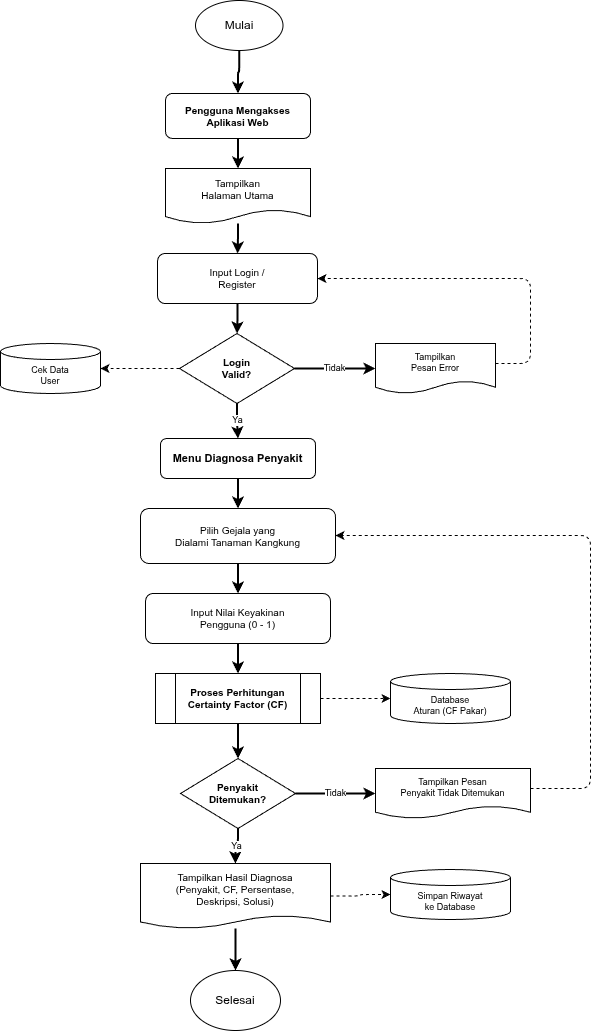
Earlier version of the draw.io export diagram/flowchart/06-flowchart-sistem-baru.png (RajaSunrise/kangkungku). Source tidied: cells renumbered, new cells last; positions are measured from the earlier drawing's top-left corner, leaving out a move shared by most shapes.
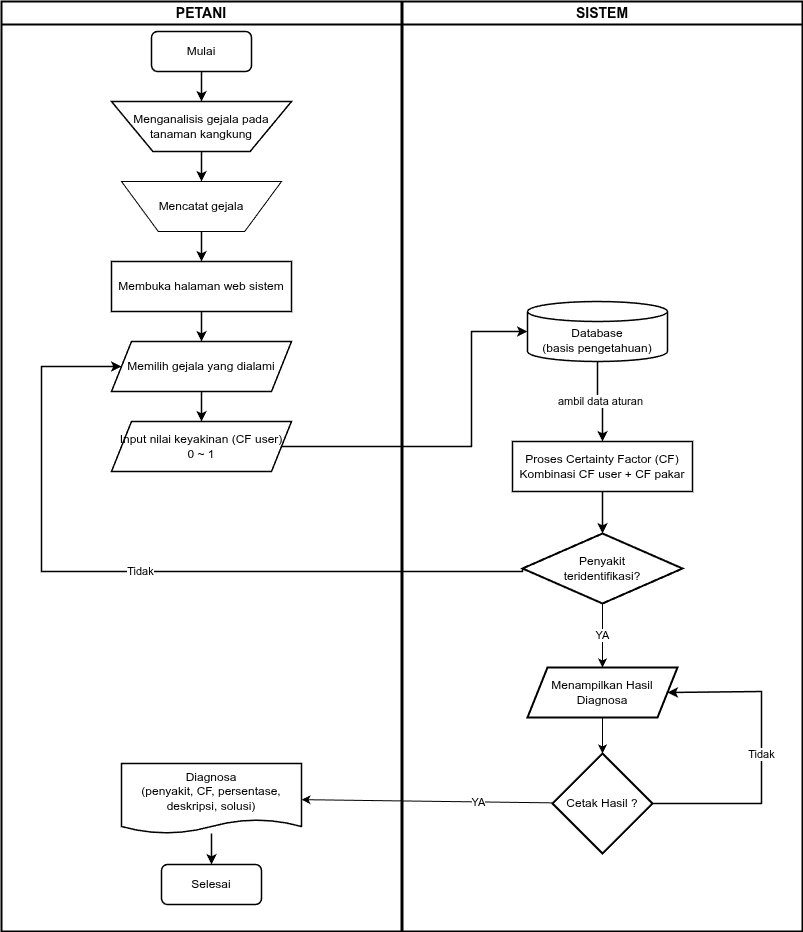
The same file after the commit.

Change to the diagram source:
```diff
@@ -2,120 +2,113 @@
   <root>
     <mxCell id="0" />
     <mxCell id="1" parent="0" />
-    <mxCell id="2" value="Pengguna Mengakses&#10;Aplikasi Web" style="rounded=1;whiteSpace=wrap;html=1;fillColor=#FFFFFF;fontColor=#000000;fontSize=10;fontStyle=1;strokeColor=#000000;" parent="1" vertex="1">
-      <mxGeometry x="165" y="93" width="145" height="45" as="geometry" />
-    </mxCell>
-    <mxCell id="3" value="Tampilkan&#10;Halaman Utama" style="shape=document;whiteSpace=wrap;html=1;boundedLbl=1;backgroundOutline=1;fillColor=#FFFFFF;fontColor=#000000;fontSize=10;strokeColor=#000000;size=0.25;" parent="1" vertex="1">
-      <mxGeometry x="165" y="168" width="145" height="55" as="geometry" />
-    </mxCell>
-    <mxCell id="4" value="Input Login /&#10;Register" style="rounded=1;whiteSpace=wrap;html=1;fixedSize=1;fillColor=#FFFFFF;fontSize=10;strokeColor=#000000;size=20;fontColor=#000000;" parent="1" vertex="1">
-      <mxGeometry x="157" y="253" width="160" height="50" as="geometry" />
-    </mxCell>
-    <mxCell id="5" value="Login&#10;Valid?" style="rhombus;whiteSpace=wrap;html=1;fillColor=#FFFFFF;strokeColor=#000000;fontSize=10;fontStyle=1;fontColor=#000000;" parent="1" vertex="1">
-      <mxGeometry x="179" y="333" width="115" height="70" as="geometry" />
-    </mxCell>
-    <mxCell id="6" value="Tampilkan&#10;Pesan Error" style="shape=document;whiteSpace=wrap;html=1;boundedLbl=1;backgroundOutline=1;fillColor=#FFFFFF;fontColor=#000000;fontSize=9;strokeColor=#000000;size=0.25;" parent="1" vertex="1">
-      <mxGeometry x="375" y="343" width="120" height="50" as="geometry" />
-    </mxCell>
-    <mxCell id="7" value="Cek Data&#10;User" style="shape=cylinder3;whiteSpace=wrap;html=1;boundedLbl=1;backgroundOutline=1;fillColor=#FFFFFF;fontColor=#000000;fontSize=9;size=8;strokeColor=#000000;" parent="1" vertex="1">
-      <mxGeometry y="343" width="100" height="50" as="geometry" />
-    </mxCell>
-    <mxCell id="8" value="Menu Diagnosa Penyakit" style="rounded=1;whiteSpace=wrap;html=1;fillColor=#FFFFFF;fontColor=#000000;fontSize=11;fontStyle=1;strokeColor=#000000;" parent="1" vertex="1">
-      <mxGeometry x="160" y="438" width="155" height="40" as="geometry" />
-    </mxCell>
-    <mxCell id="9" value="Pilih Gejala yang&#10;Dialami Tanaman Kangkung" style="rounded=1;whiteSpace=wrap;html=1;fixedSize=1;fillColor=#FFFFFF;fontSize=10;strokeColor=#000000;size=20;fontColor=#000000;" parent="1" vertex="1">
-      <mxGeometry x="140" y="508" width="195" height="55" as="geometry" />
-    </mxCell>
-    <mxCell id="10" value="Input Nilai Keyakinan&#10;Pengguna (0 - 1)" style="rounded=1;whiteSpace=wrap;html=1;fixedSize=1;fillColor=#FFFFFF;fontSize=10;strokeColor=#000000;size=20;fontColor=#000000;" parent="1" vertex="1">
-      <mxGeometry x="145" y="593" width="185" height="50" as="geometry" />
-    </mxCell>
-    <mxCell id="11" value="Proses Perhitungan&#10;Certainty Factor (CF)" style="shape=process;whiteSpace=wrap;html=1;backgroundOutline=1;fillColor=#FFFFFF;fontColor=#000000;fontSize=10;fontStyle=1;size=0.12;strokeColor=#000000;" parent="1" vertex="1">
-      <mxGeometry x="155" y="673" width="165" height="50" as="geometry" />
-    </mxCell>
-    <mxCell id="12" value="Database&#10;Aturan (CF Pakar)" style="shape=cylinder3;whiteSpace=wrap;html=1;boundedLbl=1;backgroundOutline=1;fillColor=#FFFFFF;fontColor=#000000;fontSize=9;size=8;strokeColor=#000000;" parent="1" vertex="1">
-      <mxGeometry x="390" y="673" width="120" height="50" as="geometry" />
-    </mxCell>
-    <mxCell id="13" value="Penyakit&#10;Ditemukan?" style="rhombus;whiteSpace=wrap;html=1;fillColor=#FFFFFF;strokeColor=#000000;fontSize=10;fontStyle=1;fontColor=#000000;" parent="1" vertex="1">
-      <mxGeometry x="180" y="758" width="115" height="70" as="geometry" />
-    </mxCell>
-    <mxCell id="14" value="Tampilkan Pesan&#10;Penyakit Tidak Ditemukan" style="shape=document;whiteSpace=wrap;html=1;boundedLbl=1;backgroundOutline=1;fillColor=#FFFFFF;fontColor=#000000;fontSize=9;strokeColor=#000000;size=0.25;" parent="1" vertex="1">
-      <mxGeometry x="375" y="768" width="155" height="50" as="geometry" />
-    </mxCell>
-    <mxCell id="15" value="Tampilkan Hasil Diagnosa&#10;(Penyakit, CF, Persentase,&#10;Deskripsi, Solusi)" style="shape=document;whiteSpace=wrap;html=1;boundedLbl=1;backgroundOutline=1;fillColor=#FFFFFF;fontColor=#000000;fontSize=10;strokeColor=#000000;size=0.2;" parent="1" vertex="1">
-      <mxGeometry x="140" y="863" width="190" height="65" as="geometry" />
-    </mxCell>
-    <mxCell id="16" value="Simpan Riwayat&#10;ke Database" style="shape=cylinder3;whiteSpace=wrap;html=1;boundedLbl=1;backgroundOutline=1;fillColor=#FFFFFF;fontColor=#000000;fontSize=9;size=8;strokeColor=#000000;" parent="1" vertex="1">
-      <mxGeometry x="390" y="869" width="120" height="50" as="geometry" />
-    </mxCell>
-    <mxCell id="17" style="edgeStyle=orthogonalEdgeStyle;rounded=1;html=1;strokeColor=#000000;strokeWidth=2;exitX=0.5;exitY=1;exitDx=0;exitDy=0;" parent="1" edge="1" source="35" target="2">
-      <mxGeometry relative="1" as="geometry" />
-    </mxCell>
-    <mxCell id="18" style="edgeStyle=orthogonalEdgeStyle;rounded=1;html=1;strokeColor=#000000;strokeWidth=2;" parent="1" edge="1" source="2" target="3">
-      <mxGeometry relative="1" as="geometry" />
-    </mxCell>
-    <mxCell id="19" style="edgeStyle=orthogonalEdgeStyle;rounded=1;html=1;strokeColor=#000000;strokeWidth=2;" parent="1" edge="1" source="3" target="4">
-      <mxGeometry relative="1" as="geometry" />
-    </mxCell>
-    <mxCell id="20" style="edgeStyle=orthogonalEdgeStyle;rounded=1;html=1;strokeColor=#000000;strokeWidth=2;" parent="1" edge="1" source="4" target="5">
-      <mxGeometry relative="1" as="geometry" />
-    </mxCell>
-    <mxCell id="21" value="Tidak" style="edgeStyle=orthogonalEdgeStyle;rounded=1;html=1;strokeColor=#000000;strokeWidth=2;fontColor=#000000;fontSize=9;" parent="1" edge="1" source="5" target="6">
-      <mxGeometry relative="1" as="geometry" />
-    </mxCell>
-    <mxCell id="22" style="edgeStyle=orthogonalEdgeStyle;rounded=1;html=1;strokeColor=#000000;strokeWidth=1;dashed=1;" parent="1" edge="1" source="6" target="4">
-      <mxGeometry relative="1" as="geometry">
-        <Array as="points">
-          <mxPoint x="530" y="363" />
-          <mxPoint x="530" y="278" />
-        </Array>
-      </mxGeometry>
-    </mxCell>
-    <mxCell id="23" style="edgeStyle=orthogonalEdgeStyle;rounded=1;html=1;strokeColor=#000000;strokeWidth=1;dashed=1;" parent="1" edge="1" source="5" target="7">
-      <mxGeometry relative="1" as="geometry" />
-    </mxCell>
-    <mxCell id="24" value="Ya" style="edgeStyle=orthogonalEdgeStyle;rounded=1;html=1;strokeColor=#000000;strokeWidth=2;fontColor=#000000;fontSize=9;" parent="1" edge="1" source="5" target="8">
-      <mxGeometry relative="1" as="geometry" />
-    </mxCell>
-    <mxCell id="25" style="edgeStyle=orthogonalEdgeStyle;rounded=1;html=1;strokeColor=#000000;strokeWidth=2;" parent="1" edge="1" source="8" target="9">
-      <mxGeometry relative="1" as="geometry" />
-    </mxCell>
-    <mxCell id="26" style="edgeStyle=orthogonalEdgeStyle;rounded=1;html=1;strokeColor=#000000;strokeWidth=2;" parent="1" edge="1" source="9" target="10">
-      <mxGeometry relative="1" as="geometry" />
-    </mxCell>
-    <mxCell id="27" style="edgeStyle=orthogonalEdgeStyle;rounded=1;html=1;strokeColor=#000000;strokeWidth=2;" parent="1" edge="1" source="10" target="11">
-      <mxGeometry relative="1" as="geometry" />
-    </mxCell>
-    <mxCell id="28" style="edgeStyle=orthogonalEdgeStyle;rounded=1;html=1;strokeColor=#000000;strokeWidth=1;dashed=1;" parent="1" edge="1" source="11" target="12">
-      <mxGeometry relative="1" as="geometry" />
-    </mxCell>
-    <mxCell id="29" style="edgeStyle=orthogonalEdgeStyle;rounded=1;html=1;strokeColor=#000000;strokeWidth=2;" parent="1" edge="1" source="11" target="13">
-      <mxGeometry relative="1" as="geometry" />
-    </mxCell>
-    <mxCell id="30" value="Tidak" style="edgeStyle=orthogonalEdgeStyle;rounded=1;html=1;strokeColor=#000000;strokeWidth=2;fontColor=#000000;fontSize=9;" parent="1" edge="1" source="13" target="14">
-      <mxGeometry relative="1" as="geometry" />
-    </mxCell>
-    <mxCell id="31" style="edgeStyle=orthogonalEdgeStyle;rounded=1;html=1;strokeColor=#000000;strokeWidth=1;dashed=1;" parent="1" edge="1" source="14" target="9">
-      <mxGeometry relative="1" as="geometry">
-        <Array as="points">
-          <mxPoint x="590" y="788" />
-          <mxPoint x="590" y="535" />
-        </Array>
-      </mxGeometry>
-    </mxCell>
-    <mxCell id="32" value="Ya" style="edgeStyle=orthogonalEdgeStyle;rounded=1;html=1;strokeColor=#000000;strokeWidth=2;fontColor=#000000;fontSize=9;" parent="1" edge="1" source="13" target="15">
-      <mxGeometry relative="1" as="geometry" />
-    </mxCell>
-    <mxCell id="33" style="edgeStyle=orthogonalEdgeStyle;rounded=1;html=1;strokeColor=#000000;strokeWidth=1;dashed=1;" parent="1" edge="1" source="15" target="16">
-      <mxGeometry relative="1" as="geometry" />
-    </mxCell>
-    <mxCell id="34" style="edgeStyle=orthogonalEdgeStyle;rounded=1;html=1;strokeColor=#000000;strokeWidth=2;entryX=0.5;entryY=0;entryDx=0;entryDy=0;" parent="1" edge="1" source="15" target="36">
-      <mxGeometry relative="1" as="geometry" />
-    </mxCell>
+    <mxCell id="37" value="PETANI" style="swimlane;whiteSpace=wrap;html=1;fillColor=none;strokeColor=#000000;strokeWidth=2;fontStyle=1;fontSize=14;fontColor=#000000;align=center;" parent="1" vertex="1">
+      <mxGeometry x="-100" y="-460" width="400" height="930" as="geometry" />
+    </mxCell>
-    <mxCell id="35" value="Mulai" style="ellipse;whiteSpace=wrap;html=1;fontColor=#000000;labelBackgroundColor=#FFFFFF;fillColor=#FFFFFF;strokeColor=#000000;" parent="1" vertex="1">
-      <mxGeometry x="195" width="87.5" height="50" as="geometry" />
+    <mxCell id="35" value="Mulai" style="rounded=1;whiteSpace=wrap;html=1;fillColor=#FFFFFF;strokeColor=#000000;strokeWidth=1.5;fontColor=#000000;fontSize=12;" parent="37" vertex="1">
+      <mxGeometry x="150" y="30" width="100" height="40" as="geometry" />
     </mxCell>
+    <mxCell id="38" value="Menganalisis gejala pada&#10;tanaman kangkung" style="shape=trapezoid;perimeter=trapezoidPerimeter;whiteSpace=wrap;html=1;size=0.23;arcSize=10;flipV=1;fillColor=#FFFFFF;strokeColor=#000000;strokeWidth=1.5;fontColor=#000000;fontSize=12;" parent="37" vertex="1">
+      <mxGeometry x="110" y="100" width="180" height="50" as="geometry" />
+    </mxCell>
+    <mxCell id="39" value="Membuka halaman web sistem" style="rounded=0;whiteSpace=wrap;html=1;fillColor=#FFFFFF;strokeColor=#000000;strokeWidth=1.5;fontColor=#000000;fontSize=12;" parent="37" vertex="1">
+      <mxGeometry x="110" y="260" width="180" height="50" as="geometry" />
+    </mxCell>
+    <mxCell id="40" value="Memilih gejala yang dialami" style="shape=parallelogram;perimeter=parallelogramPerimeter;whiteSpace=wrap;html=1;fixedSize=1;fillColor=#FFFFFF;strokeColor=#000000;strokeWidth=1.5;fontColor=#000000;fontSize=12;" parent="37" vertex="1">
+      <mxGeometry x="110" y="340" width="180" height="50" as="geometry" />
+    </mxCell>
+    <mxCell id="41" value="Input nilai keyakinan (CF user)&#10;0 ~ 1" style="shape=parallelogram;perimeter=parallelogramPerimeter;whiteSpace=wrap;html=1;fixedSize=1;fillColor=#FFFFFF;strokeColor=#000000;strokeWidth=1.5;fontColor=#000000;fontSize=12;" parent="37" vertex="1">
+      <mxGeometry x="110" y="420" width="180" height="50" as="geometry" />
+    </mxCell>
+    <mxCell id="42" value="Diagnosa&lt;br&gt;(penyakit, CF, persentase,&lt;br&gt;deskripsi, solusi)" style="shape=document;whiteSpace=wrap;html=1;boundedLbl=1;backgroundOutline=1;fillColor=#FFFFFF;strokeColor=#000000;strokeWidth=1.5;fontColor=#000000;fontSize=12;size=0.2;" parent="37" vertex="1">
+      <mxGeometry x="120" y="762" width="180" height="70" as="geometry" />
+    </mxCell>
-    <mxCell id="36" value="Selesai" style="ellipse;whiteSpace=wrap;html=1;labelBackgroundColor=#FFFFFF;strokeColor=#000000;fontColor=#000000;fillColor=#FFFFFF;" parent="1" vertex="1">
-      <mxGeometry x="190" y="970" width="90" height="60" as="geometry" />
+    <mxCell id="36" value="Selesai" style="rounded=1;whiteSpace=wrap;html=1;fillColor=#FFFFFF;strokeColor=#000000;strokeWidth=1.5;fontColor=#000000;fontSize=12;" parent="37" vertex="1">
+      <mxGeometry x="160" y="863" width="100" height="40" as="geometry" />
     </mxCell>
+    <mxCell id="43" value="Mencatat gejala" style="verticalLabelPosition=middle;verticalAlign=middle;html=1;shape=trapezoid;perimeter=trapezoidPerimeter;whiteSpace=wrap;size=0.23;arcSize=10;flipV=1;labelPosition=center;align=center;" parent="37" vertex="1">
+      <mxGeometry x="120" y="180" width="160" height="50" as="geometry" />
+    </mxCell>
+    <mxCell id="44" style="edgeStyle=orthogonalEdgeStyle;rounded=0;jettySize=auto;html=1;strokeColor=#000000;strokeWidth=1.5;fontColor=#000000;fontSize=11;entryX=0.5;entryY=0;entryDx=0;entryDy=0;" parent="37" edge="1" source="38" target="43">
+      <mxGeometry relative="1" as="geometry" />
+    </mxCell>
+    <mxCell id="45" value="SISTEM" style="swimlane;whiteSpace=wrap;html=1;fillColor=none;strokeColor=#000000;strokeWidth=2;fontStyle=1;fontSize=14;fontColor=#000000;align=center;" parent="1" vertex="1">
+      <mxGeometry x="301" y="-460" width="400" height="930" as="geometry" />
+    </mxCell>
+    <mxCell id="46" value="Database&#10;(basis pengetahuan)" style="shape=cylinder3;whiteSpace=wrap;html=1;boundedLbl=1;backgroundOutline=1;fillColor=#FFFFFF;strokeColor=#000000;strokeWidth=1.5;fontColor=#000000;fontSize=12;size=10;" parent="45" vertex="1">
+      <mxGeometry x="125" y="300" width="140" height="60" as="geometry" />
+    </mxCell>
+    <mxCell id="47" value="Proses Certainty Factor (CF)&#10;Kombinasi CF user + CF pakar" style="rounded=0;whiteSpace=wrap;html=1;fillColor=#FFFFFF;strokeColor=#000000;strokeWidth=1.5;fontColor=#000000;fontSize=12;" parent="45" vertex="1">
+      <mxGeometry x="110" y="440" width="180" height="50" as="geometry" />
+    </mxCell>
+    <mxCell id="48" value="YA" style="edgeStyle=none;html=1;exitX=0.5;exitY=1;exitDx=0;exitDy=0;exitPerimeter=0;" parent="45" edge="1" source="49" target="51">
+      <mxGeometry relative="1" as="geometry" />
+    </mxCell>
+    <mxCell id="49" value="Penyakit&#10;teridentifikasi?" style="strokeWidth=2;html=1;shape=mxgraph.flowchart.decision;whiteSpace=wrap;fillColor=#FFFFFF;strokeColor=#000000;fontColor=#000000;fontSize=12;" parent="45" vertex="1">
+      <mxGeometry x="120" y="532" width="160" height="70" as="geometry" />
+    </mxCell>
+    <mxCell id="50" style="edgeStyle=none;html=1;exitX=0.5;exitY=1;exitDx=0;exitDy=0;" parent="45" edge="1" source="51" target="52">
+      <mxGeometry relative="1" as="geometry" />
+    </mxCell>
+    <mxCell id="51" value="Menampilkan Hasil Diagnosa" style="shape=parallelogram;perimeter=parallelogramPerimeter;whiteSpace=wrap;html=1;fixedSize=1;strokeWidth=2;" parent="45" vertex="1">
+      <mxGeometry x="125" y="666" width="150" height="50" as="geometry" />
+    </mxCell>
+    <mxCell id="52" value="Cetak Hasil ?" style="strokeWidth=2;html=1;shape=mxgraph.flowchart.decision;whiteSpace=wrap;" parent="45" vertex="1">
+      <mxGeometry x="150" y="752" width="100" height="100" as="geometry" />
+    </mxCell>
+    <mxCell id="53" value="Tidak" style="edgeStyle=orthogonalEdgeStyle;rounded=0;jettySize=auto;html=1;strokeColor=#000000;strokeWidth=1.5;fontColor=#000000;fontSize=11;exitX=1;exitY=0.5;exitDx=0;exitDy=0;exitPerimeter=0;entryX=1;entryY=0.5;entryDx=0;entryDy=0;" parent="45" edge="1" source="52" target="51">
+      <mxGeometry relative="1" as="geometry">
+        <Array as="points">
+          <mxPoint x="359" y="802" />
+          <mxPoint x="359" y="690" />
+        </Array>
+      </mxGeometry>
+    </mxCell>
+    <mxCell id="54" value="ambil data aturan" style="edgeStyle=orthogonalEdgeStyle;rounded=0;jettySize=auto;html=1;strokeColor=#000000;strokeWidth=1.5;fontColor=#000000;fontSize=11;exitX=0.5;exitY=1;exitDx=0;exitDy=0;entryX=0.5;entryY=0;entryDx=0;entryDy=0;exitPerimeter=0;" parent="45" edge="1" source="46" target="47">
+      <mxGeometry relative="1" as="geometry" />
+    </mxCell>
+    <mxCell id="55" style="edgeStyle=orthogonalEdgeStyle;rounded=0;jettySize=auto;html=1;strokeColor=#000000;strokeWidth=1.5;fontColor=#000000;fontSize=11;" parent="1" edge="1" source="35" target="38">
+      <mxGeometry relative="1" as="geometry" />
+    </mxCell>
+    <mxCell id="56" style="edgeStyle=orthogonalEdgeStyle;rounded=0;jettySize=auto;html=1;strokeColor=#000000;strokeWidth=1.5;fontColor=#000000;fontSize=11;" parent="1" edge="1" target="39">
+      <mxGeometry relative="1" as="geometry">
+        <mxPoint x="100" y="-230" as="sourcePoint" />
+      </mxGeometry>
+    </mxCell>
+    <mxCell id="57" style="edgeStyle=orthogonalEdgeStyle;rounded=0;jettySize=auto;html=1;strokeColor=#000000;strokeWidth=1.5;fontColor=#000000;fontSize=11;" parent="1" edge="1" source="39" target="40">
+      <mxGeometry relative="1" as="geometry" />
+    </mxCell>
+    <mxCell id="58" style="edgeStyle=orthogonalEdgeStyle;rounded=0;jettySize=auto;html=1;strokeColor=#000000;strokeWidth=1.5;fontColor=#000000;fontSize=11;" parent="1" edge="1" source="40" target="41">
+      <mxGeometry relative="1" as="geometry" />
+    </mxCell>
+    <mxCell id="59" style="edgeStyle=orthogonalEdgeStyle;rounded=0;jettySize=auto;html=1;strokeColor=#000000;strokeWidth=1.5;fontColor=#000000;fontSize=11;exitX=1;exitY=0.5;exitDx=0;exitDy=0;entryX=0;entryY=0.5;entryDx=0;entryDy=0;entryPerimeter=0;" parent="1" edge="1" source="41" target="46">
+      <mxGeometry relative="1" as="geometry">
+        <Array as="points">
+          <mxPoint x="370" y="-15" />
+          <mxPoint x="370" y="-130" />
+        </Array>
+      </mxGeometry>
+    </mxCell>
+    <mxCell id="60" style="edgeStyle=orthogonalEdgeStyle;rounded=0;jettySize=auto;html=1;strokeColor=#000000;strokeWidth=1.5;fontColor=#000000;fontSize=11;exitX=0.5;exitY=1;exitDx=0;exitDy=0;entryX=0.5;entryY=0;entryDx=0;entryDy=0;" parent="1" edge="1" source="47" target="49">
+      <mxGeometry relative="1" as="geometry" />
+    </mxCell>
+    <mxCell id="61" style="edgeStyle=orthogonalEdgeStyle;rounded=0;jettySize=auto;html=1;strokeColor=#000000;strokeWidth=1.5;fontColor=#000000;fontSize=11;exitX=0.5;exitY=1;exitDx=0;exitDy=0;entryX=0.5;entryY=0;entryDx=0;entryDy=0;" parent="1" edge="1" source="42" target="36">
+      <mxGeometry relative="1" as="geometry" />
+    </mxCell>
+    <mxCell id="62" value="Tidak" style="edgeStyle=orthogonalEdgeStyle;rounded=0;jettySize=auto;html=1;strokeColor=#000000;strokeWidth=1.5;fontColor=#000000;fontSize=11;exitX=0;exitY=0.5;exitDx=0;exitDy=0;entryX=0;entryY=0.5;entryDx=0;entryDy=0;" parent="1" edge="1" source="49" target="40">
+      <mxGeometry relative="1" as="geometry">
+        <Array as="points">
+          <mxPoint x="421" y="110" />
+          <mxPoint x="-60" y="110" />
+          <mxPoint x="-60" y="-95" />
+        </Array>
+      </mxGeometry>
+    </mxCell>
+    <mxCell id="63" style="edgeStyle=none;html=1;" parent="1" edge="1" source="52" target="42">
+      <mxGeometry relative="1" as="geometry" />
+    </mxCell>
+    <mxCell id="64" value="YA" style="edgeLabel;html=1;align=center;verticalAlign=middle;" parent="63" vertex="1">
+      <mxGeometry x="-0.4" relative="1" as="geometry" />
+    </mxCell>
   </root>
 </mxGraphModel>
```
